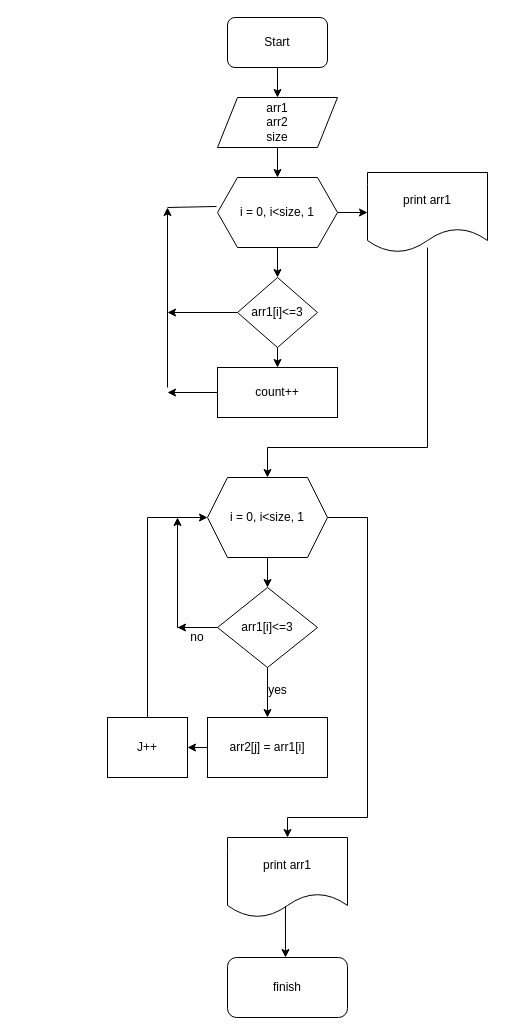
This is Диаграмма без названия.drawio from 07091983/git1234, a draw.io file, before an edit. Source tidied: cells renumbered, new cells numbered last; positions are measured from the earlier drawing's top-left corner, leaving out a move shared by most shapes. Both pictures are drawn from the tidied source at 100%, with x=0, y=0 at pixel (107, 17).
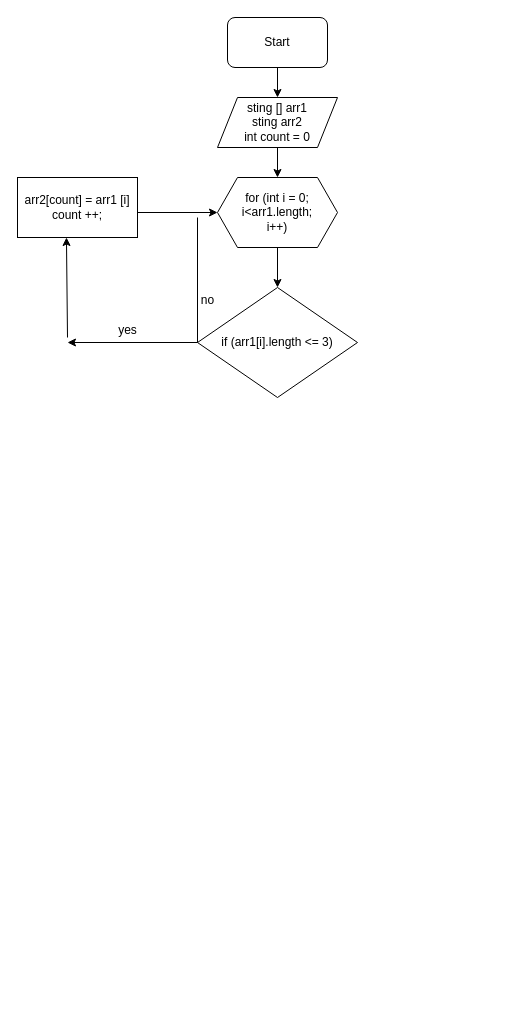
The same diagram, later.

What changed in the source:
```diff
@@
-    <mxCell id="4" value="arr1&lt;br&gt;arr2&lt;br&gt;size" style="shape=parallelogram;perimeter=parallelogramPerimeter;whiteSpace=wrap;html=1;fixedSize=1;" parent="1" vertex="1">
+    <mxCell id="4" value="sting [] arr1&lt;br&gt;sting arr2&lt;br&gt;int count = 0" style="shape=parallelogram;perimeter=parallelogramPerimeter;whiteSpace=wrap;html=1;fixedSize=1;" parent="1" vertex="1">
       <mxGeometry x="110" y="80" width="120" height="50" as="geometry" />
     </mxCell>
@@
-    <mxCell id="6" value="i = 0, i&amp;lt;size, 1" style="shape=hexagon;perimeter=hexagonPerimeter2;whiteSpace=wrap;html=1;fixedSize=1;" parent="1" vertex="1">
+    <mxCell id="6" value="for (int i = 0;&lt;br&gt;i&amp;lt;arr1.length;&lt;br&gt;i++)" style="shape=hexagon;perimeter=hexagonPerimeter2;whiteSpace=wrap;html=1;fixedSize=1;" parent="1" vertex="1">
       <mxGeometry x="110" y="160" width="120" height="70" as="geometry" />
     </mxCell>
@@
-    <mxCell id="8" style="edgeStyle=orthogonalEdgeStyle;rounded=0;jettySize=auto;html=1;exitX=0;exitY=0.5;exitDx=0;exitDy=0;" parent="1" edge="1" source="9">
-      <mxGeometry relative="1" as="geometry">
-        <mxPoint x="60" y="295" as="targetPoint" />
-      </mxGeometry>
-    </mxCell>
-    <mxCell id="9" value="arr1[i]&amp;lt;=3" style="rhombus;whiteSpace=wrap;html=1;" parent="1" vertex="1">
-      <mxGeometry x="130" y="260" width="80" height="70" as="geometry" />
+    <mxCell id="9" value="if (arr1[i].length &amp;lt;= 3)" style="rhombus;whiteSpace=wrap;html=1;" parent="1" vertex="1">
+      <mxGeometry x="90" y="270" width="160" height="110" as="geometry" />
     </mxCell>
-    <mxCell id="10" style="endArrow=classic;html=1;rounded=0;exitX=0.5;exitY=1;exitDx=0;exitDy=0;" parent="1" edge="1" source="9" target="11">
-      <mxGeometry relative="1" as="geometry" />
-    </mxCell>
-    <mxCell id="11" value="count++" style="rounded=0;whiteSpace=wrap;html=1;" parent="1" vertex="1">
-      <mxGeometry x="110" y="350" width="120" height="50" as="geometry" />
-    </mxCell>
-    <mxCell id="12" style="endArrow=classic;html=1;rounded=0;exitX=0;exitY=0.5;exitDx=0;exitDy=0;" parent="1" edge="1" source="11">
-      <mxGeometry relative="1" as="geometry">
-        <mxPoint x="60" y="375" as="targetPoint" />
-      </mxGeometry>
-    </mxCell>
-    <mxCell id="13" style="endArrow=classic;html=1;rounded=0;" parent="1" edge="1">
-      <mxGeometry relative="1" as="geometry">
-        <mxPoint x="60" y="370" as="sourcePoint" />
-        <mxPoint x="60" y="190" as="targetPoint" />
-      </mxGeometry>
-    </mxCell>
-    <mxCell id="14" style="endArrow=classic;html=1;rounded=0;exitX=1;exitY=0.5;exitDx=0;exitDy=0;" parent="1" edge="1" source="6" target="16">
-      <mxGeometry relative="1" as="geometry" />
-    </mxCell>
-    <mxCell id="15" style="endArrow=none;html=1;rounded=0;entryX=-0.008;entryY=0.414;entryDx=0;entryDy=0;entryPerimeter=0;" parent="1" edge="1" target="6">
-      <mxGeometry relative="1" as="geometry">
-        <mxPoint x="60" y="190" as="sourcePoint" />
-      </mxGeometry>
-    </mxCell>
-    <mxCell id="16" value="print arr1" style="shape=document;whiteSpace=wrap;html=1;boundedLbl=1;" parent="1" vertex="1">
-      <mxGeometry x="260" y="155" width="120" height="80" as="geometry" />
-    </mxCell>
-    <mxCell id="17" style="endArrow=none;html=1;rounded=0;" parent="1" edge="1">
-      <mxGeometry relative="1" as="geometry">
-        <mxPoint x="320" y="430" as="sourcePoint" />
-        <mxPoint x="320" y="230" as="targetPoint" />
-      </mxGeometry>
-    </mxCell>
-    <mxCell id="18" style="endArrow=none;html=1;rounded=0;" parent="1" edge="1">
-      <mxGeometry relative="1" as="geometry">
-        <mxPoint x="160" y="430" as="sourcePoint" />
-        <mxPoint x="320" y="430" as="targetPoint" />
-      </mxGeometry>
-    </mxCell>
-    <mxCell id="19" style="endArrow=classic;html=1;rounded=0;" parent="1" edge="1">
-      <mxGeometry relative="1" as="geometry">
-        <mxPoint x="160" y="430" as="sourcePoint" />
-        <mxPoint x="160" y="460" as="targetPoint" />
-      </mxGeometry>
-    </mxCell>
-    <mxCell id="20" value="i = 0, i&amp;lt;size, 1" style="shape=hexagon;perimeter=hexagonPerimeter2;whiteSpace=wrap;html=1;fixedSize=1;" parent="1" vertex="1">
-      <mxGeometry x="100" y="460" width="120" height="80" as="geometry" />
-    </mxCell>
-    <mxCell id="21" style="endArrow=classic;html=1;rounded=0;exitX=0.5;exitY=1;exitDx=0;exitDy=0;" parent="1" edge="1" source="20" target="24">
-      <mxGeometry relative="1" as="geometry" />
-    </mxCell>
-    <mxCell id="22" style="edgeStyle=orthogonalEdgeStyle;rounded=0;jettySize=auto;html=1;exitX=0;exitY=0.5;exitDx=0;exitDy=0;" parent="1" edge="1" source="24">
-      <mxGeometry relative="1" as="geometry">
-        <mxPoint x="70" y="610" as="targetPoint" />
-      </mxGeometry>
-    </mxCell>
-    <mxCell id="23" style="edgeStyle=orthogonalEdgeStyle;rounded=0;jettySize=auto;html=1;" parent="1" edge="1" source="24">
-      <mxGeometry relative="1" as="geometry">
-        <mxPoint x="70" y="500" as="targetPoint" />
-        <Array as="points">
-          <mxPoint x="70" y="610" />
-        </Array>
-      </mxGeometry>
-    </mxCell>
-    <mxCell id="24" value="arr1[i]&amp;lt;=3" style="rhombus;whiteSpace=wrap;html=1;" parent="1" vertex="1">
-      <mxGeometry x="110" y="570" width="100" height="80" as="geometry" />
-    </mxCell>
-    <mxCell id="25" style="endArrow=classic;html=1;rounded=0;exitX=0.5;exitY=1;exitDx=0;exitDy=0;" parent="1" edge="1" source="24">
-      <mxGeometry relative="1" as="geometry">
-        <mxPoint x="160" y="700" as="targetPoint" />
-      </mxGeometry>
-    </mxCell>
+    <mxCell id="40" style="endArrow=classic;html=1;rounded=0;entryX=0;entryY=0.5;entryDx=0;entryDy=0;" parent="1" edge="1" target="6">
+      <mxGeometry relative="1" as="geometry">
+        <mxPoint x="30" y="195" as="sourcePoint" />
+      </mxGeometry>
+    </mxCell>
+    <mxCell id="41" style="endArrow=none;html=1;rounded=0;exitX=0;exitY=0.5;exitDx=0;exitDy=0;" parent="1" edge="1" source="9">
+      <mxGeometry relative="1" as="geometry">
+        <mxPoint x="90" y="200" as="targetPoint" />
+      </mxGeometry>
+    </mxCell>
+    <mxCell id="32" value="no" style="text;html=1;align=center;verticalAlign=middle;strokeColor=none;fillColor=none;" parent="1" vertex="1">
+      <mxGeometry x="80" y="268" width="40" height="30" as="geometry" />
+    </mxCell>
+    <mxCell id="42" value="arr2[count] = arr1 [i]&lt;br&gt;count ++;" style="rounded=0;whiteSpace=wrap;html=1;" parent="1" vertex="1">
+      <mxGeometry x="-90" y="160" width="120" height="60" as="geometry" />
+    </mxCell>
+    <mxCell id="43" style="endArrow=classic;html=1;rounded=0;exitX=0;exitY=0.5;exitDx=0;exitDy=0;" parent="1" edge="1" source="9">
+      <mxGeometry relative="1" as="geometry">
+        <mxPoint x="-40" y="325" as="targetPoint" />
+      </mxGeometry>
+    </mxCell>
+    <mxCell id="44" style="endArrow=classic;html=1;rounded=0;entryX=0.408;entryY=1;entryDx=0;entryDy=0;entryPerimeter=0;" parent="1" edge="1" target="42">
+      <mxGeometry relative="1" as="geometry">
+        <mxPoint x="-40" y="320" as="sourcePoint" />
+      </mxGeometry>
+    </mxCell>
     <mxCell id="26" value="yes" style="text;html=1;align=center;verticalAlign=middle;strokeColor=none;fillColor=none;" parent="1" vertex="1">
-      <mxGeometry x="150" y="658" width="40" height="30" as="geometry" />
+      <mxGeometry y="298" width="40" height="30" as="geometry" />
     </mxCell>
-    <mxCell id="27" value="arr2[j] = arr1[i]" style="rounded=0;whiteSpace=wrap;html=1;" parent="1" vertex="1">
-      <mxGeometry x="100" y="700" width="120" height="60" as="geometry" />
-    </mxCell>
-    <mxCell id="28" style="endArrow=classic;html=1;rounded=0;exitX=0;exitY=0.5;exitDx=0;exitDy=0;" parent="1" edge="1" source="27" target="29">
-      <mxGeometry relative="1" as="geometry" />
-    </mxCell>
-    <mxCell id="29" value="J++" style="rounded=0;whiteSpace=wrap;html=1;" parent="1" vertex="1">
-      <mxGeometry y="700" width="80" height="60" as="geometry" />
-    </mxCell>
-    <mxCell id="30" style="endArrow=none;html=1;rounded=0;exitX=0.5;exitY=0;exitDx=0;exitDy=0;" parent="1" edge="1" source="29">
-      <mxGeometry relative="1" as="geometry">
-        <mxPoint x="40" y="500" as="targetPoint" />
-      </mxGeometry>
-    </mxCell>
-    <mxCell id="31" style="endArrow=classic;html=1;rounded=0;entryX=0;entryY=0.5;entryDx=0;entryDy=0;" parent="1" edge="1" target="20">
-      <mxGeometry relative="1" as="geometry">
-        <mxPoint x="40" y="500" as="sourcePoint" />
-      </mxGeometry>
-    </mxCell>
-    <mxCell id="32" value="no" style="text;html=1;strokeColor=none;fillColor=none;align=center;verticalAlign=middle;whiteSpace=wrap;rounded=0;" parent="1" vertex="1">
-      <mxGeometry x="70" y="610" width="40" height="20" as="geometry" />
-    </mxCell>
-    <mxCell id="33" style="endArrow=none;html=1;rounded=0;exitX=1;exitY=0.5;exitDx=0;exitDy=0;" parent="1" edge="1" source="20">
-      <mxGeometry relative="1" as="geometry">
-        <mxPoint x="260" y="500" as="targetPoint" />
-      </mxGeometry>
-    </mxCell>
-    <mxCell id="34" style="endArrow=none;html=1;rounded=0;" parent="1" edge="1">
-      <mxGeometry relative="1" as="geometry">
-        <mxPoint x="260" y="500" as="sourcePoint" />
-        <mxPoint x="260" y="800" as="targetPoint" />
-      </mxGeometry>
-    </mxCell>
-    <mxCell id="35" style="endArrow=none;html=1;rounded=0;" parent="1" edge="1">
-      <mxGeometry relative="1" as="geometry">
-        <mxPoint x="260" y="800" as="sourcePoint" />
-        <mxPoint x="180" y="800" as="targetPoint" />
-      </mxGeometry>
-    </mxCell>
-    <mxCell id="36" style="endArrow=classic;html=1;rounded=0;" parent="1" edge="1">
-      <mxGeometry relative="1" as="geometry">
-        <mxPoint x="180" y="800" as="sourcePoint" />
-        <mxPoint x="180" y="820" as="targetPoint" />
-      </mxGeometry>
-    </mxCell>
-    <mxCell id="37" value="print arr1" style="shape=document;whiteSpace=wrap;html=1;boundedLbl=1;" parent="1" vertex="1">
-      <mxGeometry x="120" y="820" width="120" height="80" as="geometry" />
-    </mxCell>
-    <mxCell id="38" style="endArrow=classic;html=1;rounded=0;exitX=0.483;exitY=0.863;exitDx=0;exitDy=0;exitPerimeter=0;" parent="1" edge="1" source="37">
-      <mxGeometry relative="1" as="geometry">
-        <mxPoint x="178" y="940" as="targetPoint" />
-      </mxGeometry>
-    </mxCell>
-    <mxCell id="39" value="finish" style="rounded=1;whiteSpace=wrap;html=1;" parent="1" vertex="1">
-      <mxGeometry x="120" y="940" width="120" height="60" as="geometry" />
-    </mxCell>
```
